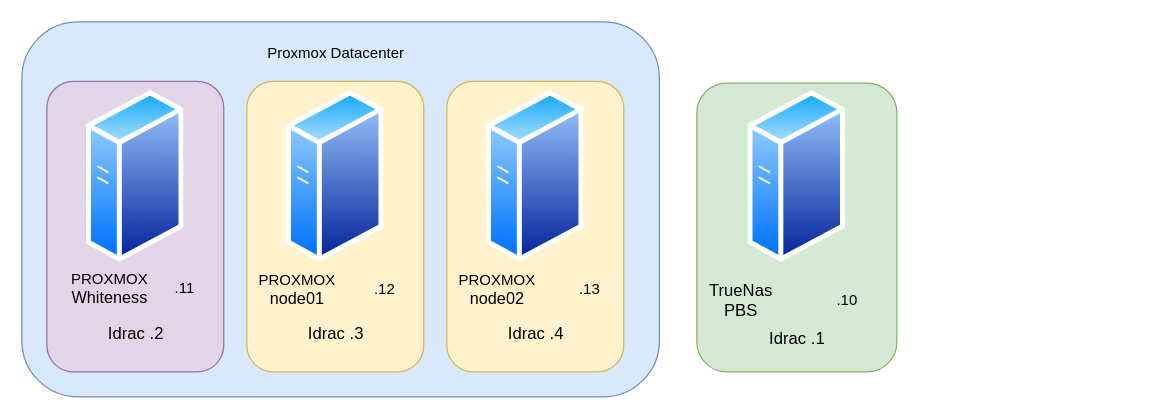
Before: schemat/archi-physique.drawio in mathieu-iut-beziers/SAE4D01, a draw.io diagram. Source tidied: cells renumbered, new cells numbered last; positions are measured from the earlier drawing's top-left corner, leaving out a move shared by most shapes. Both pictures are drawn from the tidied source at 125%, with x=0, y=0 at pixel (21, 21).
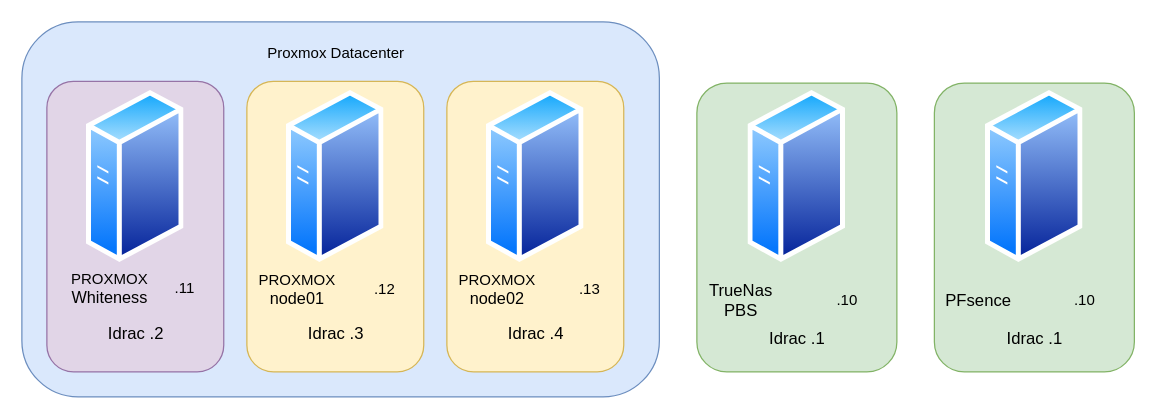
Above is the later version.

The edit, as a diff of the source:
```diff
@@
+    <mxCell id="24" style="rounded=1;whiteSpace=wrap;html=1;fillColor=#d5e8d4;strokeColor=#82b366;" parent="1" vertex="1">
+      <mxGeometry x="730" y="48.9" width="160" height="231.1" as="geometry" />
+    </mxCell>
+    <mxCell id="25" style="perimeter=ellipsePerimeter;html=1;align=center;shadow=0;dashed=0;spacingTop=3;image;image=img/lib/active_directory/generic_server.svg;" parent="1" vertex="1">
+      <mxGeometry x="771" y="54.1" width="78" height="139.3" as="geometry" />
+    </mxCell>
+    <mxCell id="26" value="&lt;span style=&quot;text-align: start; font-size: 10pt; font-family: Arial;&quot;&gt;PFsence&lt;br&gt;&lt;/span&gt;" style="text;html=1;align=center;verticalAlign=middle;strokeColor=none;fillColor=none;" parent="1" vertex="1">
+      <mxGeometry x="725" y="208.4" width="80" height="30" as="geometry" />
+    </mxCell>
+    <mxCell id="27" value=".10" style="text;html=1;align=center;verticalAlign=middle;strokeColor=none;fillColor=none;" parent="1" vertex="1">
+      <mxGeometry x="830" y="208.4" width="40" height="30" as="geometry" />
+    </mxCell>
+    <mxCell id="28" value="&lt;span style=&quot;text-align: start; font-size: 10pt; font-family: Arial;&quot;&gt;Idrac .1&lt;/span&gt;" style="text;html=1;align=center;verticalAlign=middle;strokeColor=none;fillColor=none;" parent="1" vertex="1">
+      <mxGeometry x="775" y="238.4" width="70" height="30" as="geometry" />
+    </mxCell>
```
